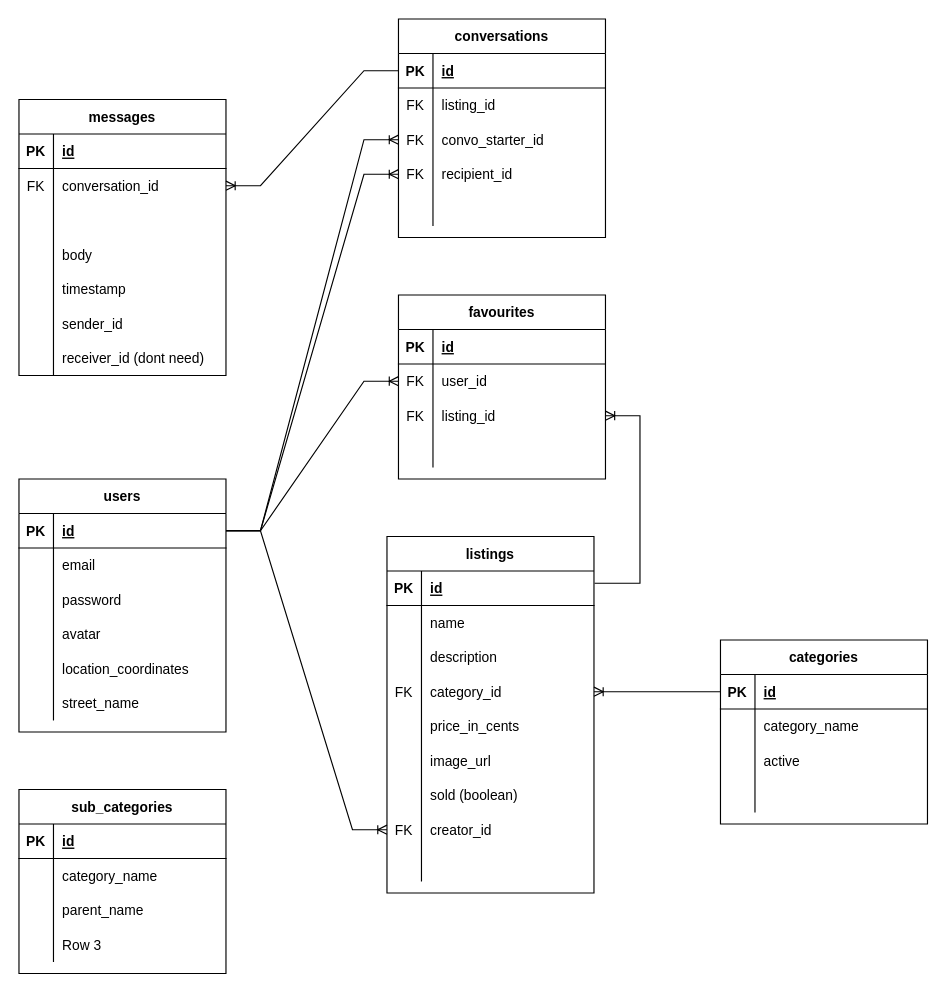
The draw.io diagram planning/ERD.drawio in mckinnondave/Graigslist, before the edit. Source tidied: cells renumbered, new cells numbered last; positions are measured from the earlier drawing's top-left corner, leaving out a move shared by most shapes. Both pictures are drawn from the tidied source at 115%, with x=0, y=0 at pixel (18, 18).
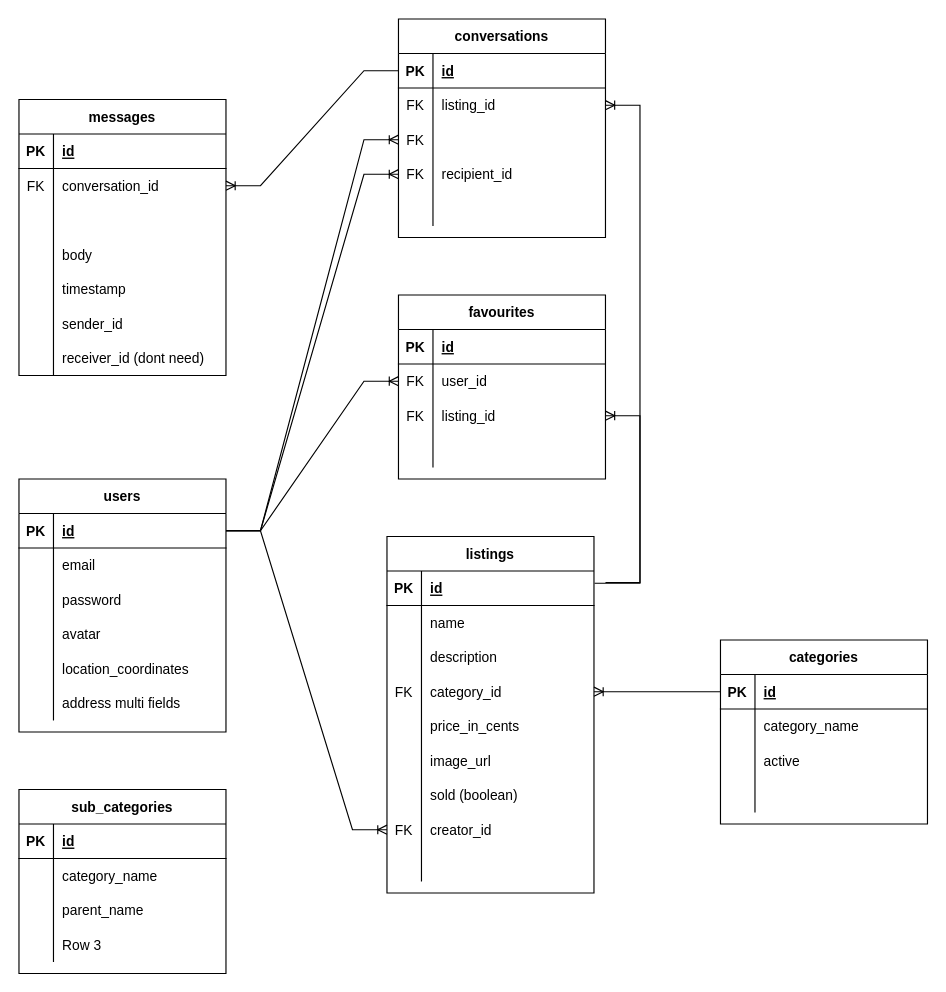
Above is the later version.

Unchanged cells that the change refers to:
```xml
<mxCell id="6" style="shape=tableRow;horizontal=0;startSize=0;swimlaneHead=0;swimlaneBody=0;fillColor=none;points=[[0,0.5],[1,0.5]];portConstraint=eastwest;top=0;left=0;right=0;bottom=0;" parent="2" vertex="1">
  <mxGeometry y="60" width="180" height="30" as="geometry" />
</mxCell>
<mxCell id="9" style="shape=tableRow;horizontal=0;startSize=0;swimlaneHead=0;swimlaneBody=0;fillColor=none;points=[[0,0.5],[1,0.5]];portConstraint=eastwest;top=0;left=0;right=0;bottom=0;" parent="2" vertex="1">
  <mxGeometry y="90" width="180" height="30" as="geometry" />
</mxCell>
<mxCell id="35" style="shape=tableRow;horizontal=0;startSize=0;swimlaneHead=0;swimlaneBody=0;fillColor=none;top=0;left=0;right=0;bottom=0;" parent="19" vertex="1">
  <mxGeometry y="180" width="180" height="30" as="geometry" />
</mxCell>
```

Change to the diagram source:
```diff
@@
-    <mxCell id="11" value="convo_starter_id" style="shape=partialRectangle;fillColor=none;top=0;left=0;bottom=0;right=0;align=left;spacingLeft=6;overflow=hidden;" parent="9" vertex="1">
+    <mxCell id="11" value=" " style="shape=partialRectangle;fillColor=none;top=0;left=0;bottom=0;right=0;align=left;spacingLeft=6;overflow=hidden;" parent="9" vertex="1">
       <mxGeometry x="30" width="150" height="30" as="geometry" />
     </mxCell>
@@
-    <mxCell id="37" value="street_name" style="shape=partialRectangle;fillColor=none;top=0;left=0;bottom=0;right=0;align=left;spacingLeft=6;overflow=hidden;" parent="35" vertex="1">
+    <mxCell id="37" value="address multi fields" style="shape=partialRectangle;fillColor=none;top=0;left=0;bottom=0;right=0;align=left;spacingLeft=6;overflow=hidden;" parent="35" vertex="1">
       <mxGeometry x="30" width="150" height="30" as="geometry" />
     </mxCell>
@@
+    <mxCell id="133" style="edgeStyle=entityRelationEdgeStyle;fontSize=12;html=1;endArrow=ERoneToMany;rounded=0;" parent="1" edge="1" target="6">
+      <mxGeometry relative="1" as="geometry">
+        <mxPoint x="510" y="490" as="sourcePoint" />
+      </mxGeometry>
+    </mxCell>
```
